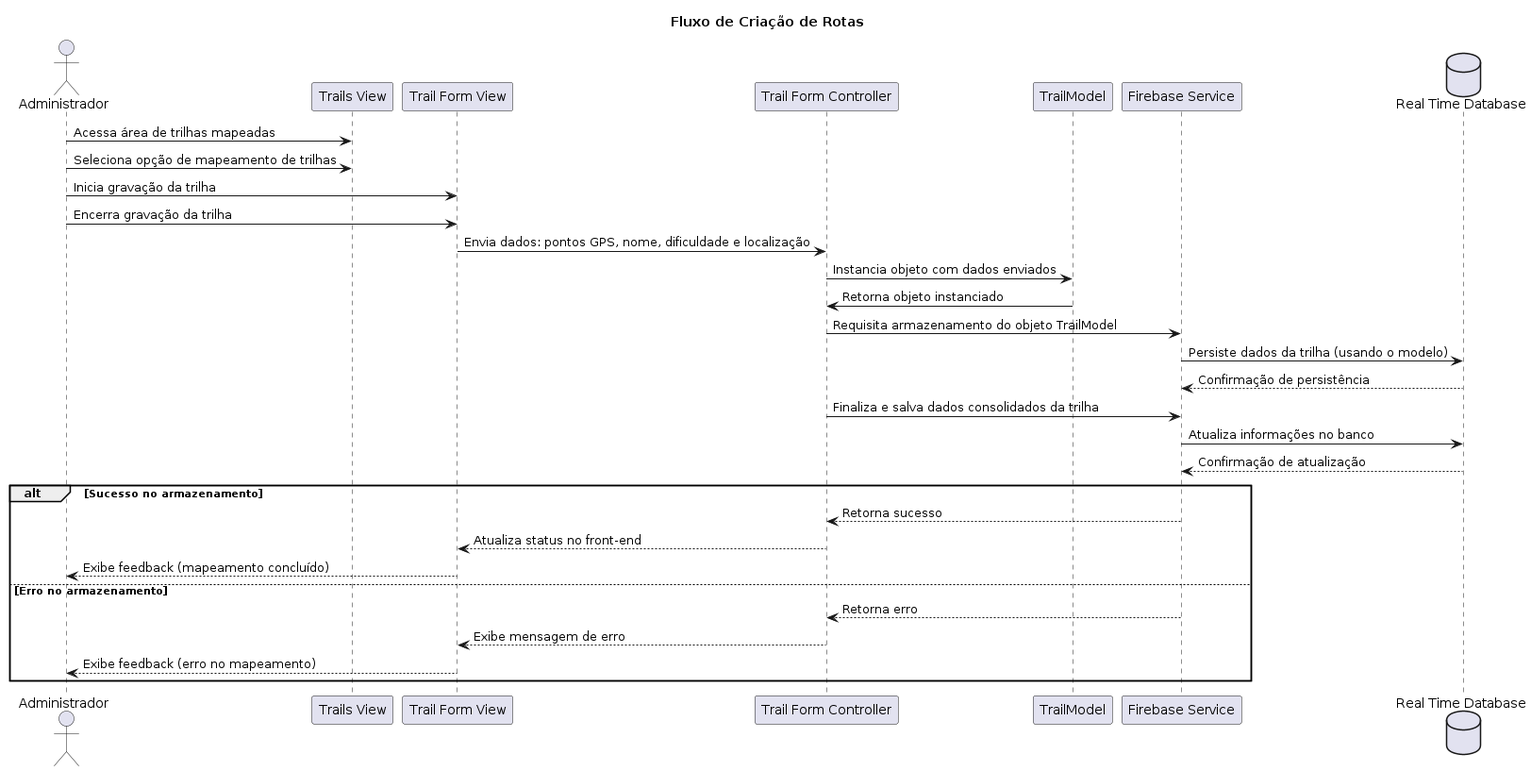
Before: docs/diagrams/out/sequence_diagrams/pe_na_pedra_sequence_diagram_2.png, a diagram exported from PlantUML (tiagors09/pe_na_pedra).
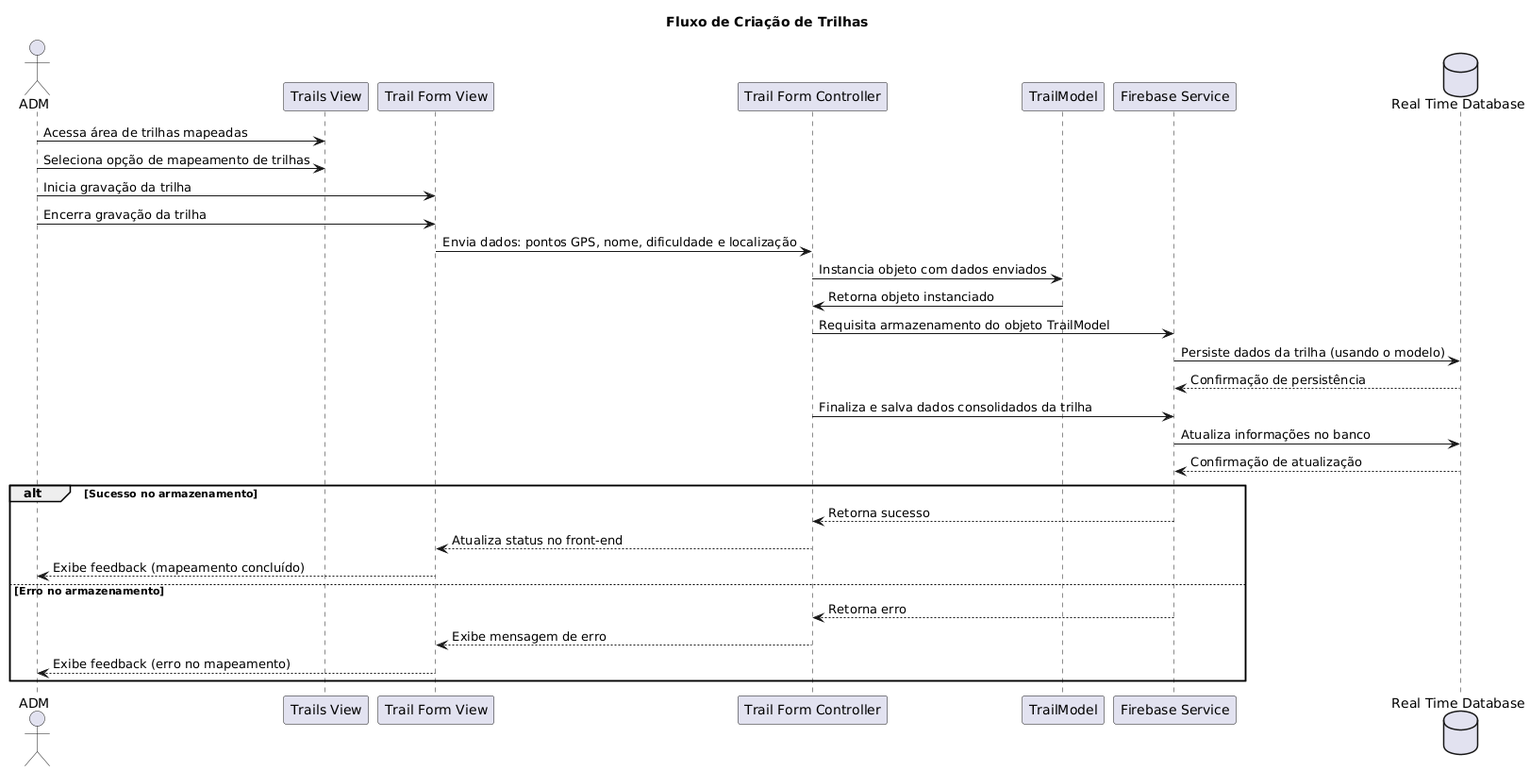
Above is the later version.

Diff of the diagram source:
```diff
@@ -1,5 +1,5 @@
-@startuml pe_na_pedra_sequence_diagram_2
-actor Administrador as adm
+@startuml
+actor ADM as adm
 
 participant "Trails View" as trailsView
 participant "Trail Form View" as trailFormView
@@ -8,7 +8,7 @@
 participant "Firebase Service" as firebase
 database "Real Time Database" as realTimeDatabase
 
-title Fluxo de Criação de Rotas
+title Fluxo de Criação de Trilhas
 
 adm -> trailsView : Acessa área de trilhas mapeadas
 adm -> trailsView : Seleciona opção de mapeamento de trilhas
```
